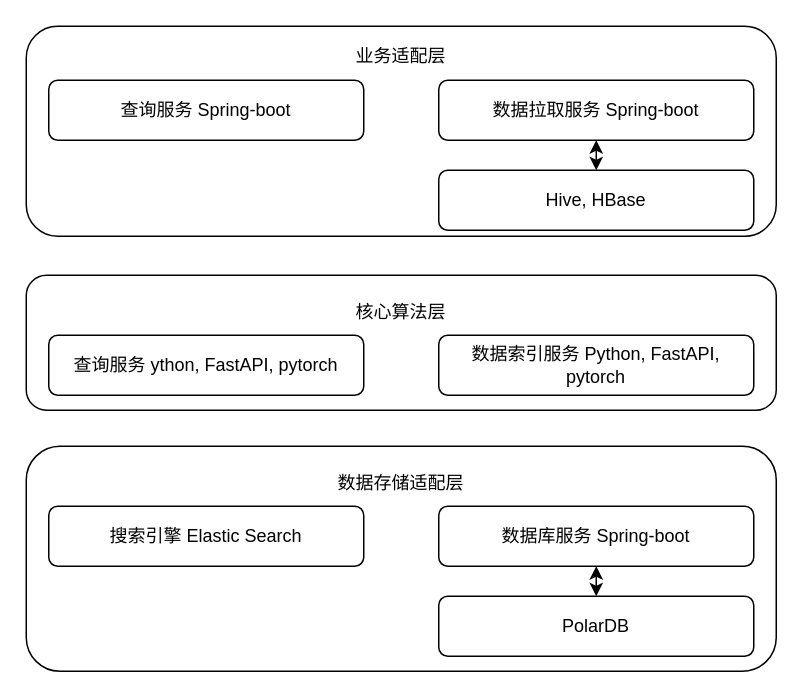
Before: page "逻辑架构" (3 of 5) of 对码架构.drawio in XiaoLiuAI/diagrams, a draw.io diagram. Source tidied: cells renumbered, new cells numbered last; positions are measured from the earlier drawing's top-left corner, leaving out a move shared by most shapes. Both pictures are drawn from the tidied source at 150%, with x=0, y=0 at pixel (26, 26).
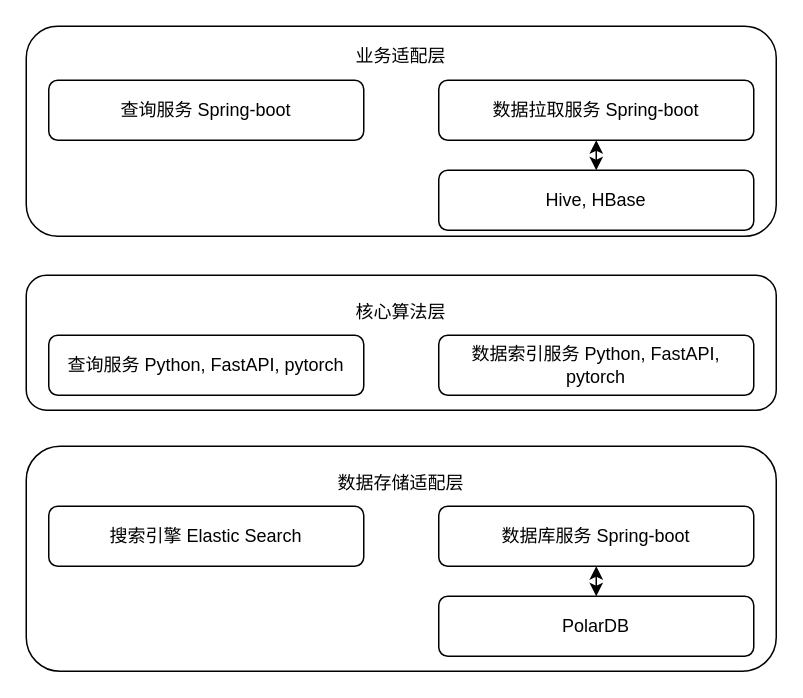
After the change.

The edit, as a diff of the source:
```diff
@@
 <mxGraphModel>
   <root>
     <mxCell id="0" />
     <mxCell id="1" parent="0" />
     <mxCell id="2" style="rounded=1;whiteSpace=wrap;html=1;" parent="1" vertex="1">
       <mxGeometry width="500" height="140" as="geometry" />
     </mxCell>
     <mxCell id="3" value="业务适配层" style="text;html=1;strokeColor=none;fillColor=none;align=center;verticalAlign=middle;whiteSpace=wrap;rounded=0;" parent="1" vertex="1">
       <mxGeometry x="200" y="5" width="100" height="30" as="geometry" />
     </mxCell>
     <mxCell id="4" value="查询服务 Spring-boot" style="rounded=1;whiteSpace=wrap;html=1;" parent="1" vertex="1">
       <mxGeometry x="15" y="36" width="210" height="40" as="geometry" />
     </mxCell>
     <mxCell id="5" value="数据拉取服务 Spring-boot" style="rounded=1;whiteSpace=wrap;html=1;" parent="1" vertex="1">
       <mxGeometry x="275" y="36" width="210" height="40" as="geometry" />
     </mxCell>
     <mxCell id="6" style="rounded=1;whiteSpace=wrap;html=1;" parent="1" vertex="1">
       <mxGeometry y="166" width="500" height="90" as="geometry" />
     </mxCell>
     <mxCell id="7" value="核心算法层" style="text;html=1;strokeColor=none;fillColor=none;align=center;verticalAlign=middle;whiteSpace=wrap;rounded=0;" parent="1" vertex="1">
       <mxGeometry x="200" y="176" width="100" height="30" as="geometry" />
     </mxCell>
-    <mxCell id="8" value="查询服务 ython, FastAPI, pytorch" style="rounded=1;whiteSpace=wrap;html=1;" parent="1" vertex="1">
+    <mxCell id="8" value="查询服务 Python, FastAPI, pytorch" style="rounded=1;whiteSpace=wrap;html=1;" parent="1" vertex="1">
       <mxGeometry x="15" y="206" width="210" height="40" as="geometry" />
     </mxCell>
     <mxCell id="9" value="数据索引服务 Python, FastAPI, pytorch" style="rounded=1;whiteSpace=wrap;html=1;" parent="1" vertex="1">
       <mxGeometry x="275" y="206" width="210" height="40" as="geometry" />
     </mxCell>
     <mxCell id="10" style="rounded=1;whiteSpace=wrap;html=1;" parent="1" vertex="1">
       <mxGeometry y="280" width="500" height="150" as="geometry" />
     </mxCell>
     <mxCell id="11" value="数据存储适配层" style="text;html=1;strokeColor=none;fillColor=none;align=center;verticalAlign=middle;whiteSpace=wrap;rounded=0;" parent="1" vertex="1">
       <mxGeometry x="200" y="290" width="100" height="30" as="geometry" />
     </mxCell>
     <mxCell id="12" value="搜索引擎 Elastic Search" style="rounded=1;whiteSpace=wrap;html=1;" parent="1" vertex="1">
       <mxGeometry x="15" y="320" width="210" height="40" as="geometry" />
     </mxCell>
     <mxCell id="13" value="数据库服务 Spring-boot" style="rounded=1;whiteSpace=wrap;html=1;" parent="1" vertex="1">
       <mxGeometry x="275" y="320" width="210" height="40" as="geometry" />
     </mxCell>
     <mxCell id="14" value="PolarDB" style="rounded=1;whiteSpace=wrap;html=1;" parent="1" vertex="1">
       <mxGeometry x="275" y="380" width="210" height="40" as="geometry" />
     </mxCell>
     <mxCell id="15" style="endArrow=classic;startArrow=classic;html=1;rounded=0;entryX=0.5;entryY=1;entryDx=0;entryDy=0;" parent="1" edge="1" source="14" target="13">
       <mxGeometry relative="1" as="geometry" />
     </mxCell>
     <mxCell id="16" value="Hive, HBase" style="rounded=1;whiteSpace=wrap;html=1;" parent="1" vertex="1">
       <mxGeometry x="275" y="96" width="210" height="40" as="geometry" />
     </mxCell>
     <mxCell id="17" style="endArrow=classic;startArrow=classic;html=1;rounded=0;entryX=0.5;entryY=1;entryDx=0;entryDy=0;exitX=0.5;exitY=0;exitDx=0;exitDy=0;" parent="1" edge="1" source="16" target="5">
       <mxGeometry relative="1" as="geometry" />
     </mxCell>
   </root>
 </mxGraphModel>
```
